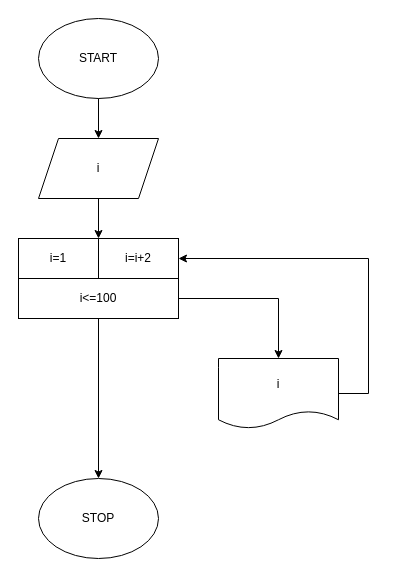
The draw.io diagram examples/for-tek-sayilar.drawio in Kano008/drawalg, before the edit. Source tidied: cells renumbered, new cells numbered last; positions are measured from the earlier drawing's top-left corner, leaving out a move shared by most shapes. Both pictures are drawn from the tidied source at 100%, with x=0, y=0 at pixel (18, 18).
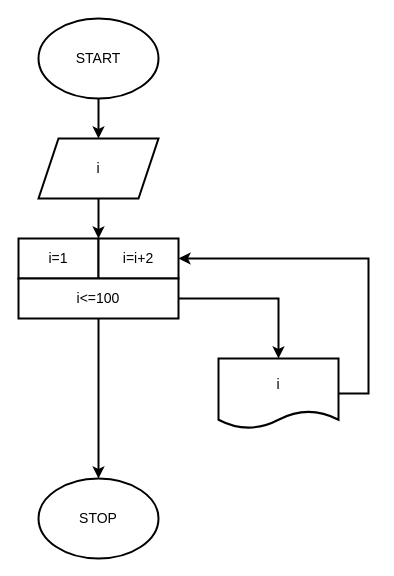
The same diagram, later.

Diff of the diagram source:
```diff
@@
 <mxGraphModel>
   <root>
     <mxCell id="0" />
     <mxCell id="1" parent="0" />
-    <mxCell id="2" value="START" style="ellipse;html=1;whiteSpace=wrap;fontSize=12;drawalg=1;" parent="1" vertex="1">
+    <mxCell id="2" value="START" style="ellipse;html=1;whiteSpace=wrap;strokeWidth=2;fontSize=14;drawalg=1;drawalgV=2;" parent="1" vertex="1">
       <mxGeometry x="20" width="120" height="80" as="geometry" />
     </mxCell>
-    <mxCell id="3" value="STOP" style="ellipse;html=1;whiteSpace=wrap;fontSize=12;drawalg=1;" parent="1" vertex="1">
+    <mxCell id="3" value="STOP" style="ellipse;html=1;whiteSpace=wrap;strokeWidth=2;fontSize=14;drawalg=1;drawalgV=2;" parent="1" vertex="1">
       <mxGeometry x="20" y="460" width="120" height="80" as="geometry" />
     </mxCell>
-    <mxCell id="4" style="edgeStyle=none;rounded=0;html=1;endFill=1;drawalg=1;endArrow=classic;exitX=0.5;exitY=1;exitDx=0;exitDy=0;exitPerimeter=0;entryX=0.5;entryY=0;entryDx=0;entryDy=0;entryPerimeter=0;daSeq=main;daIdx=0;" parent="1" edge="1" source="2" target="5">
-      <mxGeometry relative="1" as="geometry" />
-    </mxCell>
-    <mxCell id="5" value="i" style="shape=parallelogram;perimeter=parallelogramPerimeter;fixedSize=1;size=20;html=1;whiteSpace=wrap;fontSize=12;drawalg=1;" parent="1" vertex="1">
-      <mxGeometry x="20" y="120" width="120" height="60" as="geometry" />
-    </mxCell>
-    <mxCell id="6" style="edgeStyle=none;rounded=0;html=1;endFill=1;drawalg=1;endArrow=classic;exitX=0.5;exitY=1;exitDx=0;exitDy=0;exitPerimeter=0;entryX=1;entryY=0;entryDx=0;entryDy=0;entryPerimeter=0;daSeq=main;daIdx=1;" parent="1" edge="1" source="5" target="7">
-      <mxGeometry relative="1" as="geometry" />
-    </mxCell>
+    <mxCell id="14" style="edgeStyle=none;rounded=0;html=1;endFill=1;strokeWidth=2;drawalg=1;drawalgV=2;endArrow=classic;exitX=0.5;exitY=1;exitDx=0;exitDy=0;exitPerimeter=0;entryX=0.5;entryY=0;entryDx=0;entryDy=0;entryPerimeter=0;daSeq=main;daIdx=0;" parent="1" edge="1" source="2" target="15">
+      <mxGeometry relative="1" as="geometry" />
+    </mxCell>
+    <mxCell id="15" value="i" style="shape=parallelogram;perimeter=parallelogramPerimeter;fixedSize=1;size=20;html=1;whiteSpace=wrap;strokeWidth=2;fontSize=14;drawalg=1;drawalgV=2;" parent="1" vertex="1">
+      <mxGeometry x="20" y="120" width="120" height="60" as="geometry" />
+    </mxCell>
+    <mxCell id="16" style="edgeStyle=none;rounded=0;html=1;endFill=1;strokeWidth=2;drawalg=1;drawalgV=2;endArrow=classic;exitX=0.5;exitY=1;exitDx=0;exitDy=0;exitPerimeter=0;entryX=1;entryY=0;entryDx=0;entryDy=0;entryPerimeter=0;daSeq=main;daIdx=1;" parent="1" edge="1" source="15" target="7">
+      <mxGeometry relative="1" as="geometry" />
+    </mxCell>
-    <mxCell id="7" value="i=1" style="rounded=0;html=1;whiteSpace=wrap;fontSize=12;drawalg=1;" parent="1" vertex="1">
+    <mxCell id="7" value="i=1" style="rounded=0;html=1;whiteSpace=wrap;strokeWidth=2;fontSize=14;drawalg=1;drawalgV=2;" parent="1" vertex="1">
       <mxGeometry y="220" width="80" height="40" as="geometry" />
     </mxCell>
-    <mxCell id="8" value="i=i+2" style="rounded=0;html=1;whiteSpace=wrap;fontSize=12;drawalg=1;" parent="1" vertex="1">
+    <mxCell id="8" value="i=i+2" style="rounded=0;html=1;whiteSpace=wrap;strokeWidth=2;fontSize=14;drawalg=1;drawalgV=2;" parent="1" vertex="1">
       <mxGeometry x="80" y="220" width="80" height="40" as="geometry" />
     </mxCell>
-    <mxCell id="9" value="i&amp;lt;=100" style="rounded=0;html=1;whiteSpace=wrap;fontSize=12;drawalg=1;" parent="1" vertex="1">
+    <mxCell id="9" value="i&amp;lt;=100" style="rounded=0;html=1;whiteSpace=wrap;strokeWidth=2;fontSize=14;drawalg=1;drawalgV=2;" parent="1" vertex="1">
       <mxGeometry y="260" width="160" height="40" as="geometry" />
     </mxCell>
-    <mxCell id="10" style="edgeStyle=none;rounded=0;html=1;endFill=1;drawalg=1;endArrow=classic;exitX=1;exitY=0.5;exitDx=0;exitDy=0;exitPerimeter=0;entryX=0.5;entryY=0;entryDx=0;entryDy=0;entryPerimeter=0;daSeq=q0gnbft2y:body;daIdx=0;" parent="1" edge="1" source="9" target="12">
-      <mxGeometry relative="1" as="geometry">
-        <Array as="points">
-          <mxPoint x="260" y="280" />
-        </Array>
-      </mxGeometry>
-    </mxCell>
+    <mxCell id="17" style="edgeStyle=none;rounded=0;html=1;endFill=1;strokeWidth=2;drawalg=1;drawalgV=2;endArrow=classic;exitX=1;exitY=0.5;exitDx=0;exitDy=0;exitPerimeter=0;entryX=0.5;entryY=0;entryDx=0;entryDy=0;entryPerimeter=0;daSeq=f85t1la1e:body;daIdx=0;" parent="1" edge="1" source="9" target="18">
+      <mxGeometry relative="1" as="geometry">
+        <Array as="points">
+          <mxPoint x="260" y="280" />
+        </Array>
+      </mxGeometry>
+    </mxCell>
-    <mxCell id="11" style="edgeStyle=none;rounded=0;html=1;endFill=1;drawalg=1;endArrow=classic;exitX=0.5;exitY=1;exitDx=0;exitDy=0;exitPerimeter=0;entryX=0.5;entryY=0;entryDx=0;entryDy=0;entryPerimeter=0;daSeq=main;daIdx=2;" parent="1" edge="1" source="9" target="3">
+    <mxCell id="11" style="edgeStyle=none;rounded=0;html=1;endFill=1;strokeWidth=2;drawalg=1;drawalgV=2;endArrow=classic;exitX=0.5;exitY=1;exitDx=0;exitDy=0;exitPerimeter=0;entryX=0.5;entryY=0;entryDx=0;entryDy=0;entryPerimeter=0;daSeq=main;daIdx=2;" parent="1" edge="1" source="9" target="3">
       <mxGeometry relative="1" as="geometry" />
     </mxCell>
-    <mxCell id="12" value="i" style="shape=document;size=0.25;boundedLbl=1;html=1;whiteSpace=wrap;fontSize=12;drawalg=1;" parent="1" vertex="1">
-      <mxGeometry x="200" y="340" width="120" height="70" as="geometry" />
-    </mxCell>
-    <mxCell id="13" style="edgeStyle=none;rounded=0;html=1;endFill=1;drawalg=1;endArrow=classic;exitX=1;exitY=0.5;exitDx=0;exitDy=0;exitPerimeter=0;entryX=1;entryY=0.5;entryDx=0;entryDy=0;entryPerimeter=0;daSeq=q0gnbft2y:body;daIdx=1;" parent="1" edge="1" source="12" target="8">
-      <mxGeometry relative="1" as="geometry">
-        <Array as="points">
-          <mxPoint x="350" y="375" />
-          <mxPoint x="350" y="240" />
-        </Array>
-      </mxGeometry>
-    </mxCell>
+    <mxCell id="18" value="i" style="shape=document;size=0.25;boundedLbl=1;html=1;whiteSpace=wrap;strokeWidth=2;fontSize=14;drawalg=1;drawalgV=2;" parent="1" vertex="1">
+      <mxGeometry x="200" y="340" width="120" height="70" as="geometry" />
+    </mxCell>
+    <mxCell id="19" style="edgeStyle=none;rounded=0;html=1;endFill=1;strokeWidth=2;drawalg=1;drawalgV=2;endArrow=classic;exitX=1;exitY=0.5;exitDx=0;exitDy=0;exitPerimeter=0;entryX=1;entryY=0.5;entryDx=0;entryDy=0;entryPerimeter=0;daSeq=f85t1la1e:body;daIdx=1;" parent="1" edge="1" source="18" target="8">
+      <mxGeometry relative="1" as="geometry">
+        <Array as="points">
+          <mxPoint x="350" y="375" />
+          <mxPoint x="350" y="240" />
+        </Array>
+      </mxGeometry>
+    </mxCell>
   </root>
 </mxGraphModel>
```
